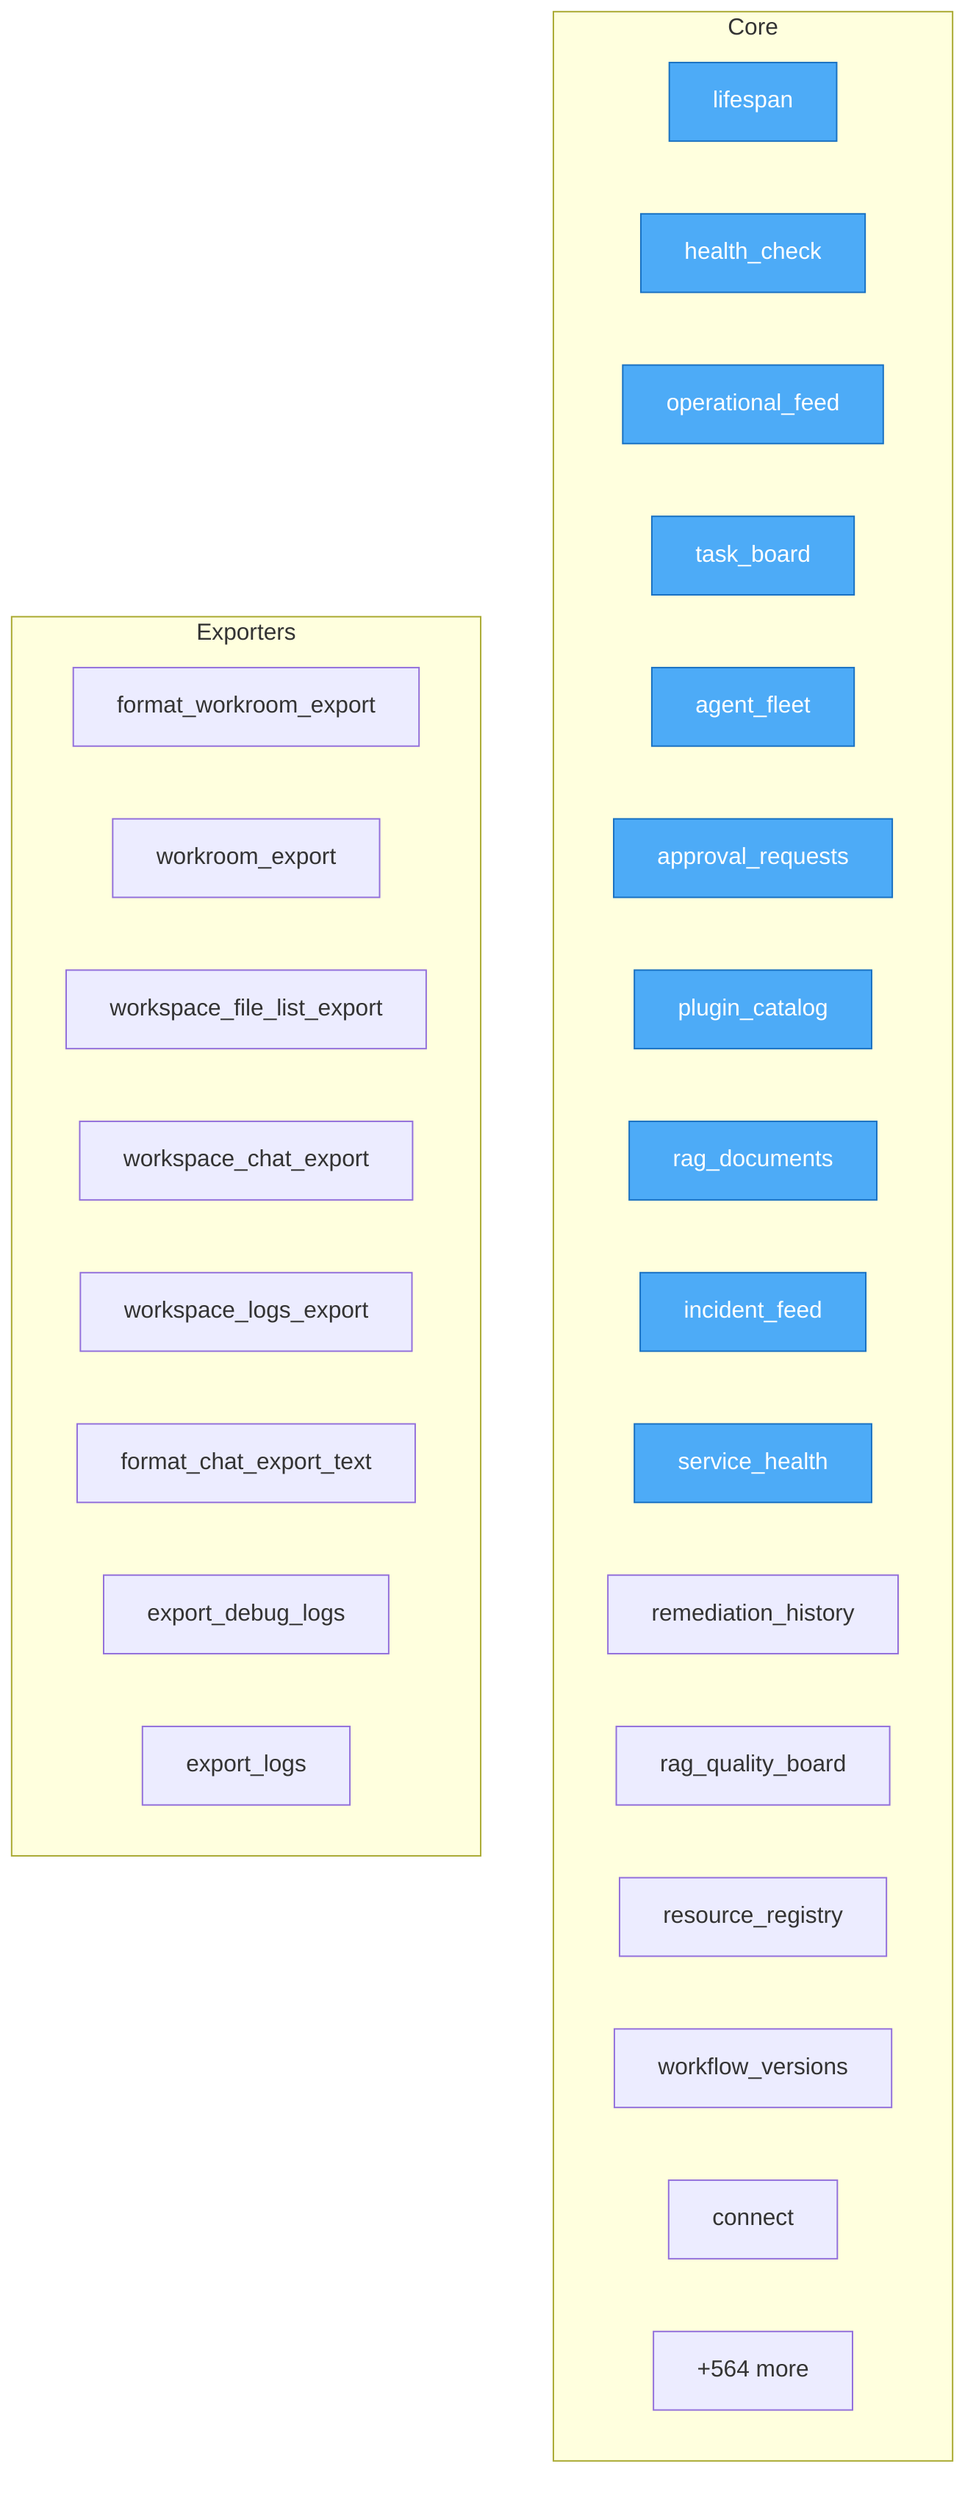
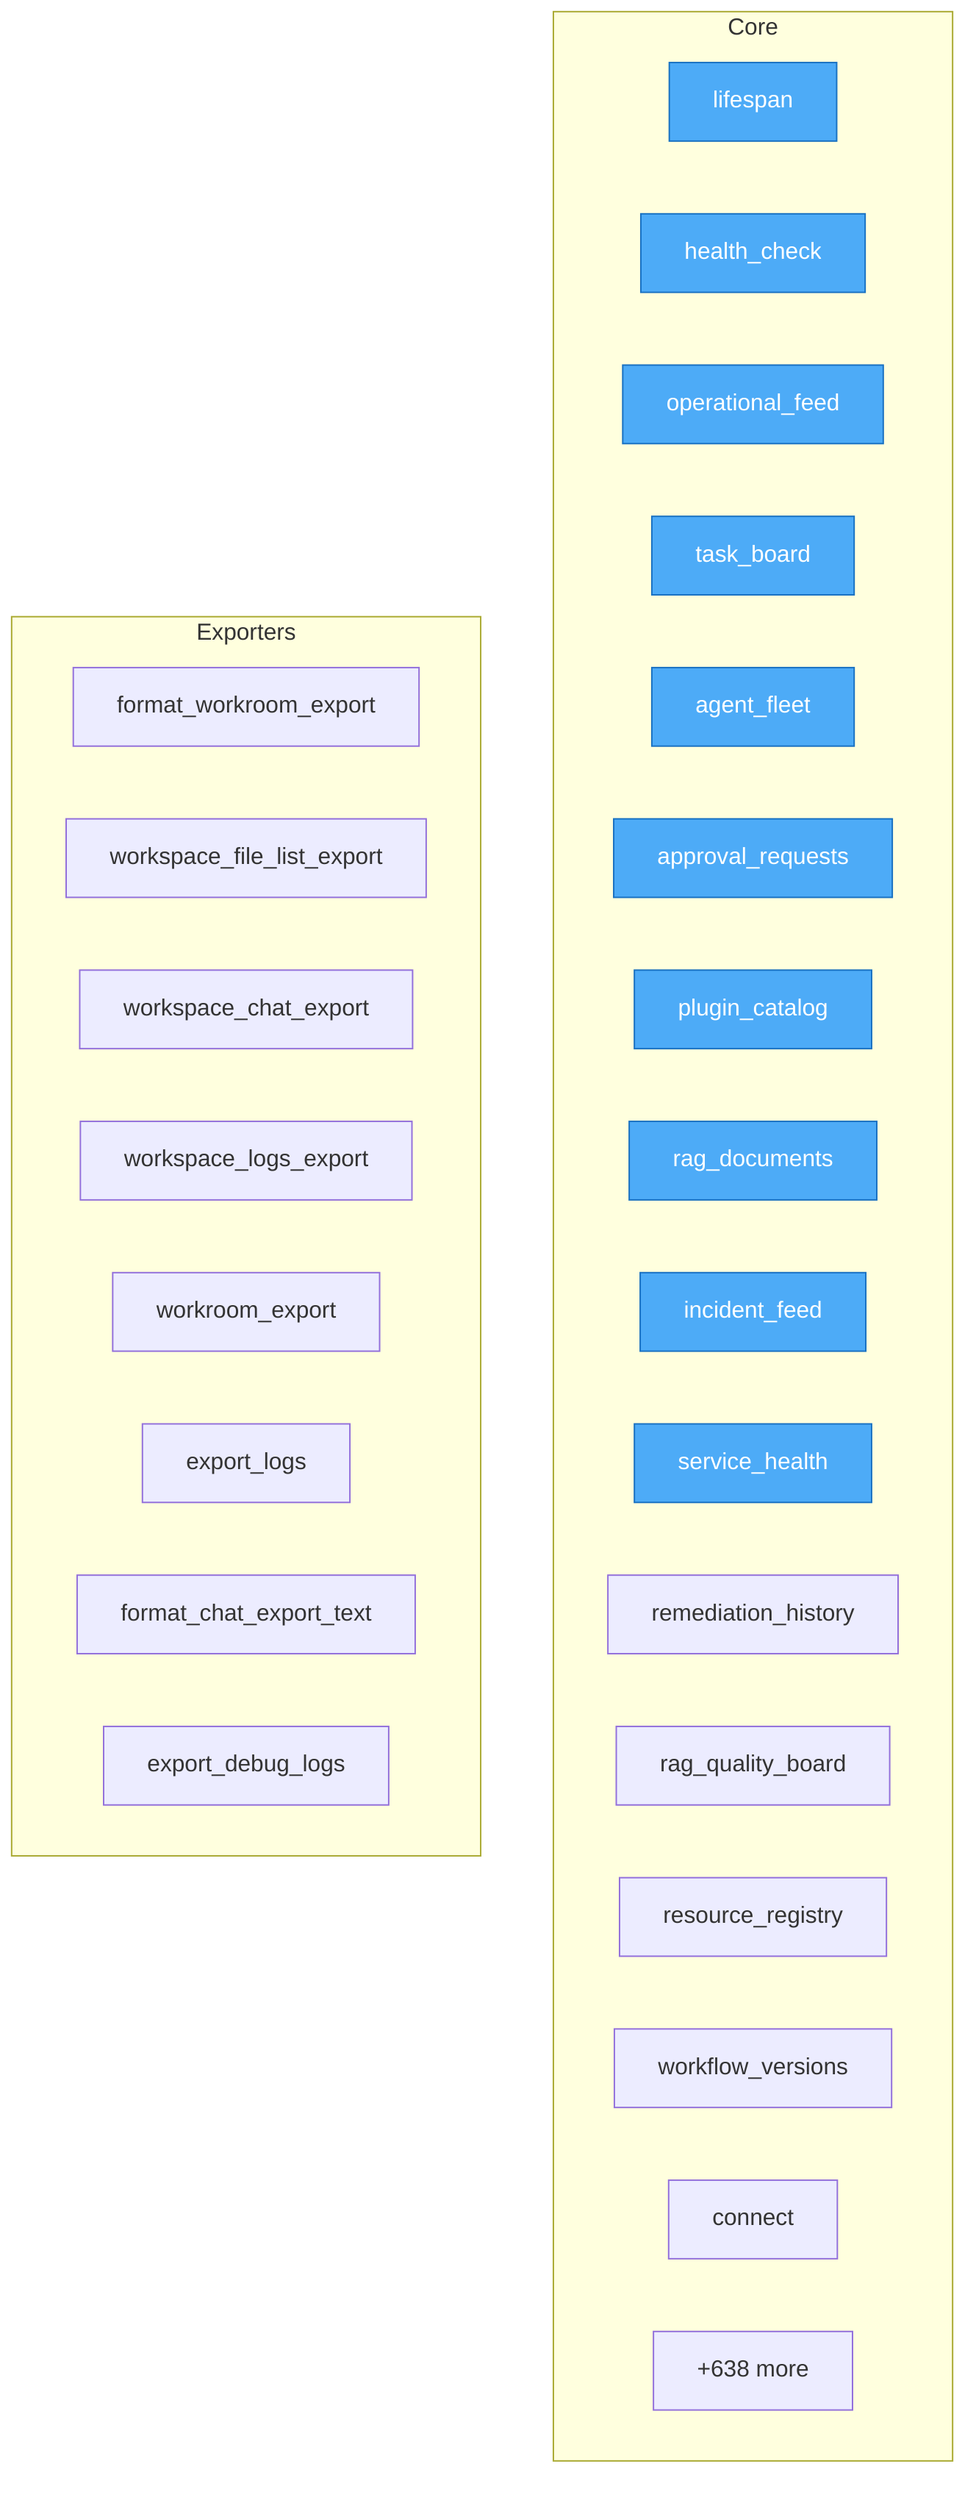
flowchart TD
- %% generated in 0.03s
+ %% generated in 0.06s

    %% Entry points (blue)
    classDef entry fill:#4dabf7,stroke:#1971c2,color:#fff

    subgraph Core
        services__projector__app__main__lifespan["lifespan"]
        services__projector__app__main__health_check["health_check"]
        services__projector__app__main__operational_feed["operational_feed"]
        services__projector__app__main__task_board["task_board"]
        services__projector__app__main__agent_fleet["agent_fleet"]
        services__projector__app__main__approval_requests["approval_requests"]
        services__projector__app__main__plugin_catalog["plugin_catalog"]
        services__projector__app__main__rag_documents["rag_documents"]
        services__projector__app__main__incident_feed["incident_feed"]
        services__projector__app__main__service_health["service_health"]
        services__projector__app__main__remediation_history["remediation_history"]
        services__projector__app__main__rag_quality_board["rag_quality_board"]
        services__projector__app__main__resource_registry["resource_registry"]
        services__projector__app__main__workflow_versions["workflow_versions"]
        services__projector__app__db__Database__connect["connect"]
-         ...["+564 more"]
+         ...["+638 more"]
    end

    subgraph Exporters
        services__web__app__agent_workroom__format_workroom_export["format_workroom_export"]
-         services__web__app__api__workroom_routes__workroom_export["workroom_export"]
        services__web__app__api__workspace_routes__workspace_file_list_export["workspace_file_list_export"]
        services__web__app__api__workspace_routes__workspace_chat_export["workspace_chat_export"]
        services__web__app__api__workspace_routes__workspace_logs_export["workspace_logs_export"]
+         services__web__app__api__workroom_routes__workroom_export["workroom_export"]
+         services__orchestrator__app__api__observability__export_logs["export_logs"]
        services__web__app__workspace__format_chat_export_text["format_chat_export_text"]
        services__web__app__workspace__export_debug_logs["export_debug_logs"]
-         services__orchestrator__app__api__observability__export_logs["export_logs"]
    end

    class services__projector__app__main__lifespan,services__projector__app__main__health_check,services__projector__app__main__operational_feed,services__projector__app__main__task_board,services__projector__app__main__agent_fleet,services__projector__app__main__approval_requests,services__projector__app__main__plugin_catalog,services__projector__app__main__rag_documents,services__projector__app__main__incident_feed,services__projector__app__main__service_health entry
